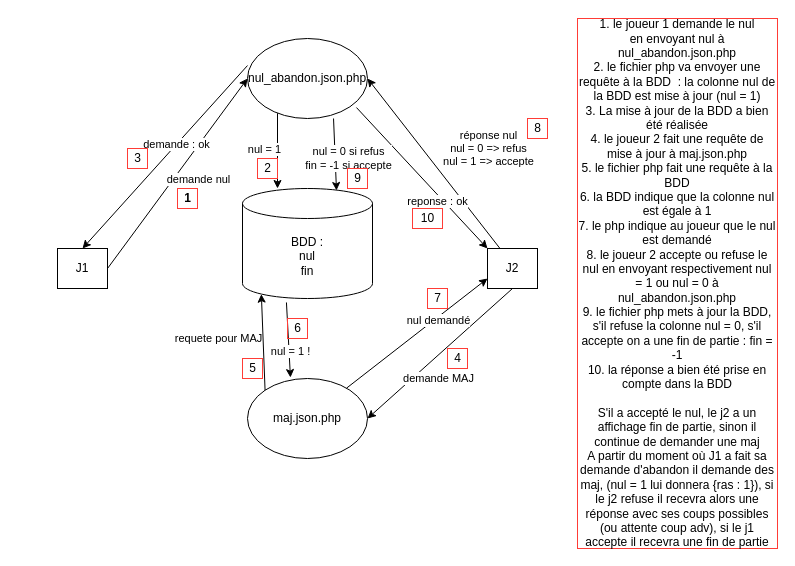
The draw.io diagram page "nul" (2 of 3) of Untitled Diagram.drawio in Maximory77/projet-web-mapping-echecs, before the edit. Source tidied: cells renumbered, new cells numbered last; positions are measured from the earlier drawing's top-left corner, leaving out a move shared by most shapes. Both pictures are drawn from the tidied source at 100%, with x=0, y=0 at pixel (57, 18).
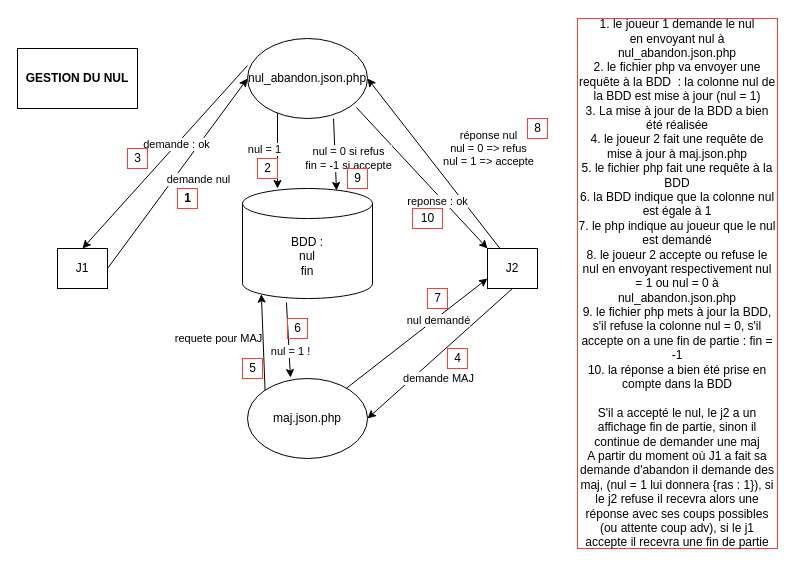
The same diagram, later.

Diff of the diagram source:
```diff
@@
+    <mxCell id="38" value="&lt;b&gt;GESTION DU NUL&lt;br&gt;&lt;/b&gt;" style="rounded=0;whiteSpace=wrap;html=1;" parent="1" vertex="1">
+      <mxGeometry x="-40" y="30" width="120" height="60" as="geometry" />
+    </mxCell>
```
